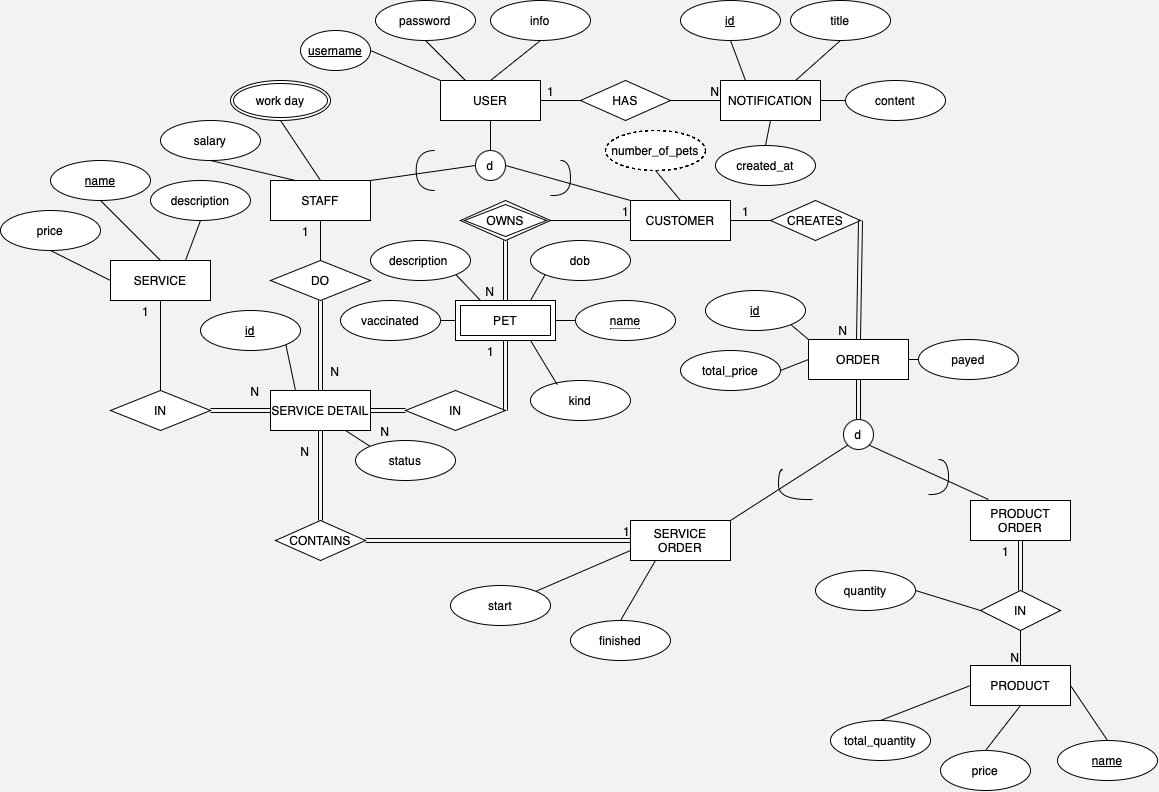
Above: pet-spa-erd.drawio.png in blueonline07/auth-demo (draw.io), before the change. Source tidied: cells renumbered, new cells last; positions are measured from the earlier drawing's top-left corner, leaving out a move shared by most shapes.
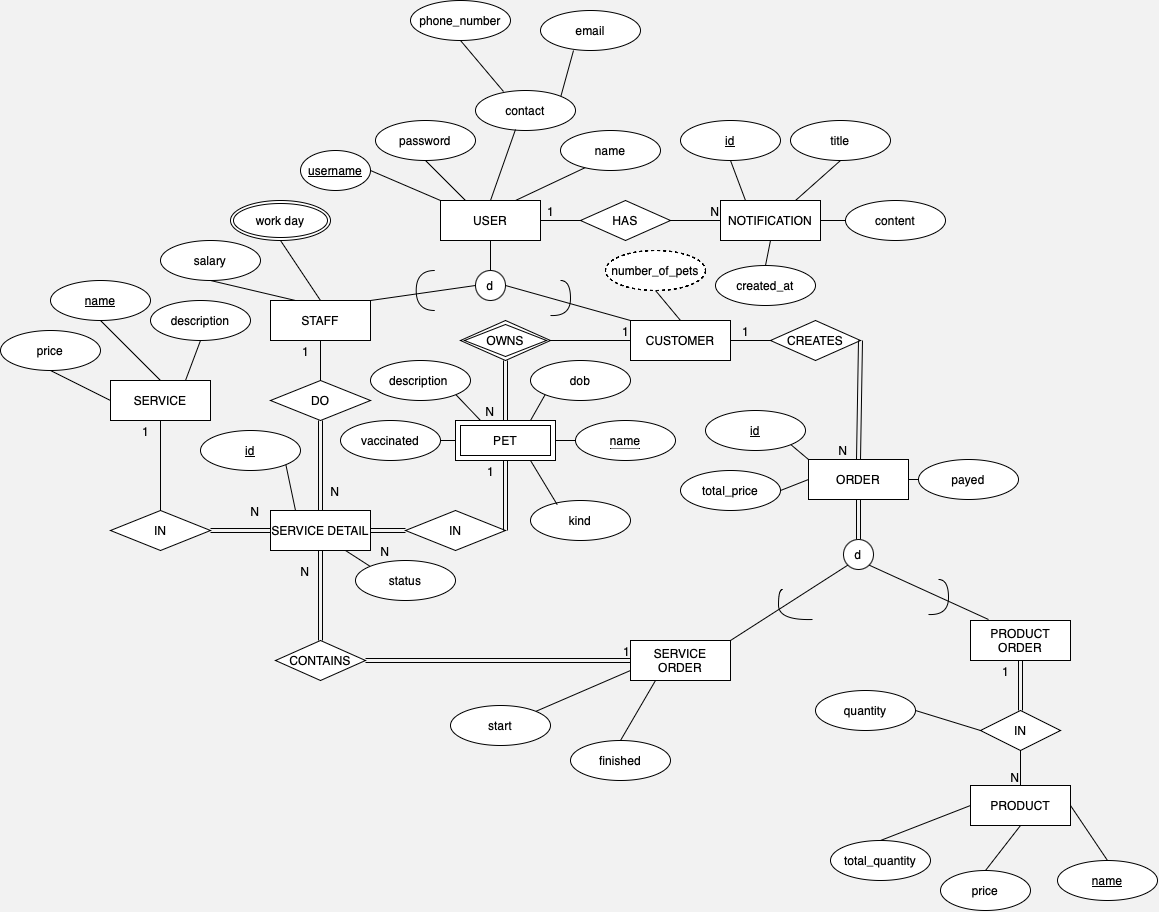
The same diagram one commit later.

The edit, as a diff of the source:
```diff
@@ -169,12 +169,9 @@
     <mxCell id="50" value="password" style="ellipse;whiteSpace=wrap;html=1;align=center;" parent="1" vertex="1">
       <mxGeometry x="375" width="100" height="40" as="geometry" />
     </mxCell>
-    <mxCell id="51" style="endArrow=none;html=1;rounded=0;exitX=0.5;exitY=0;exitDx=0;exitDy=0;entryX=0.5;entryY=1;entryDx=0;entryDy=0;" parent="1" edge="1" source="6" target="52">
+    <mxCell id="51" style="endArrow=none;html=1;rounded=0;exitX=0.75;exitY=0;exitDx=0;exitDy=0;entryX=0.25;entryY=0.925;entryDx=0;entryDy=0;entryPerimeter=0;" parent="1" edge="1" source="6" target="123">
       <mxGeometry relative="1" as="geometry" />
     </mxCell>
-    <mxCell id="52" value="info" style="ellipse;whiteSpace=wrap;html=1;align=center;" parent="1" vertex="1">
-      <mxGeometry x="490" width="100" height="40" as="geometry" />
-    </mxCell>
     <mxCell id="53" style="endArrow=none;html=1;rounded=0;entryX=0;entryY=0.5;entryDx=0;entryDy=0;exitX=1;exitY=0.5;exitDx=0;exitDy=0;" parent="1" edge="1" source="8" target="2">
       <mxGeometry relative="1" as="geometry" />
     </mxCell>
@@ -422,5 +419,26 @@
     <mxCell id="122" value="N" style="html=1;whiteSpace=wrap;align=right;verticalAlign=bottom;" parent="121" vertex="1">
       <mxGeometry x="1" relative="1" as="geometry" />
     </mxCell>
+    <mxCell id="123" value="name" style="ellipse;whiteSpace=wrap;html=1;align=center;" parent="1" vertex="1">
+      <mxGeometry x="560" y="10" width="100" height="40" as="geometry" />
+    </mxCell>
+    <mxCell id="124" value="contact" style="ellipse;whiteSpace=wrap;html=1;align=center;" parent="1" vertex="1">
+      <mxGeometry x="475" y="-30" width="100" height="40" as="geometry" />
+    </mxCell>
+    <mxCell id="125" value="phone_number" style="ellipse;whiteSpace=wrap;html=1;align=center;" parent="1" vertex="1">
+      <mxGeometry x="410" y="-120" width="100" height="40" as="geometry" />
+    </mxCell>
+    <mxCell id="126" value="email" style="ellipse;whiteSpace=wrap;html=1;align=center;" parent="1" vertex="1">
+      <mxGeometry x="540" y="-110" width="100" height="40" as="geometry" />
+    </mxCell>
+    <mxCell id="127" style="endArrow=none;html=1;rounded=0;entryX=0.5;entryY=1;entryDx=0;entryDy=0;exitX=0.28;exitY=0.025;exitDx=0;exitDy=0;exitPerimeter=0;" parent="1" edge="1" source="124" target="125">
+      <mxGeometry relative="1" as="geometry" />
+    </mxCell>
+    <mxCell id="128" style="endArrow=none;html=1;rounded=0;entryX=0.33;entryY=1;entryDx=0;entryDy=0;exitX=1;exitY=0;exitDx=0;exitDy=0;entryPerimeter=0;" parent="1" edge="1" source="124" target="126">
+      <mxGeometry relative="1" as="geometry" />
+    </mxCell>
+    <mxCell id="129" style="endArrow=none;html=1;rounded=0;entryX=0.4;entryY=0.975;entryDx=0;entryDy=0;exitX=0.5;exitY=0;exitDx=0;exitDy=0;entryPerimeter=0;" parent="1" edge="1" source="6" target="124">
+      <mxGeometry relative="1" as="geometry" />
+    </mxCell>
   </root>
 </mxGraphModel>
```
